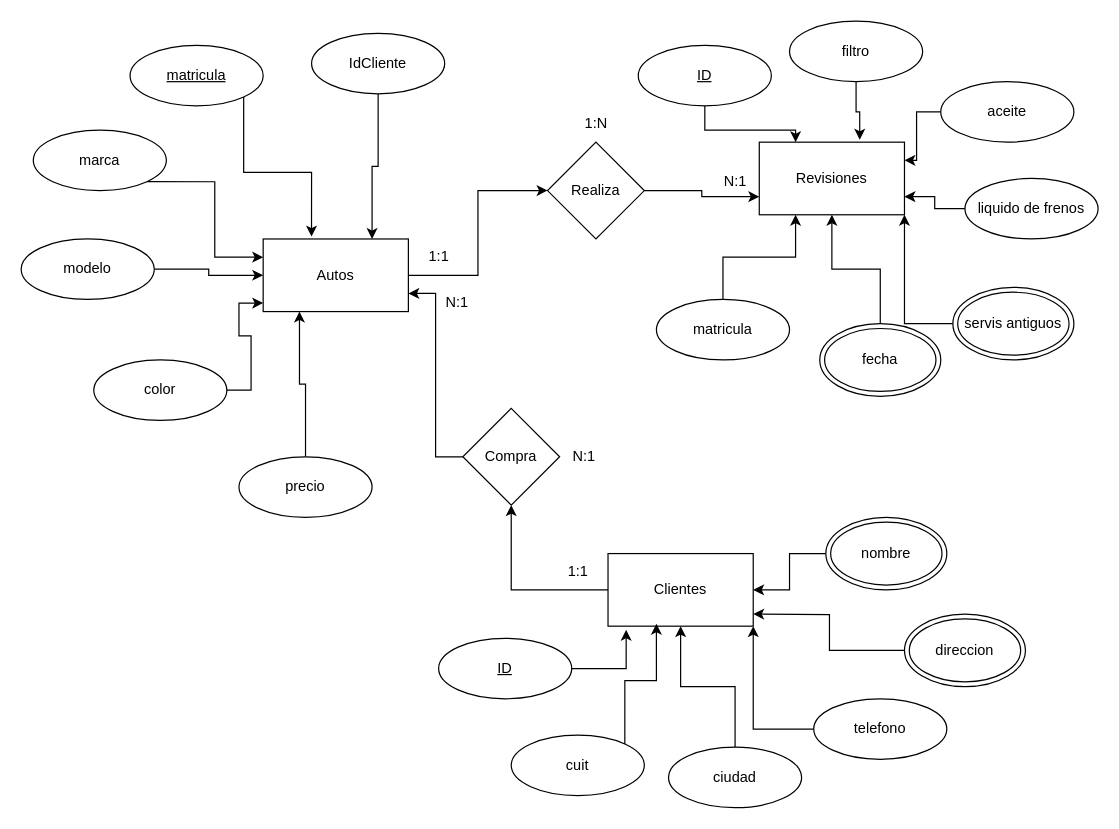
Above: ejercicio4.drawio in FacuScaine/Underground-Pruebas (draw.io), before the change. Source tidied: cells renumbered, new cells numbered last; positions are measured from the earlier drawing's top-left corner, leaving out a move shared by most shapes. Both pictures are drawn from the tidied source at 121%, with x=0, y=0 at pixel (21, 21).
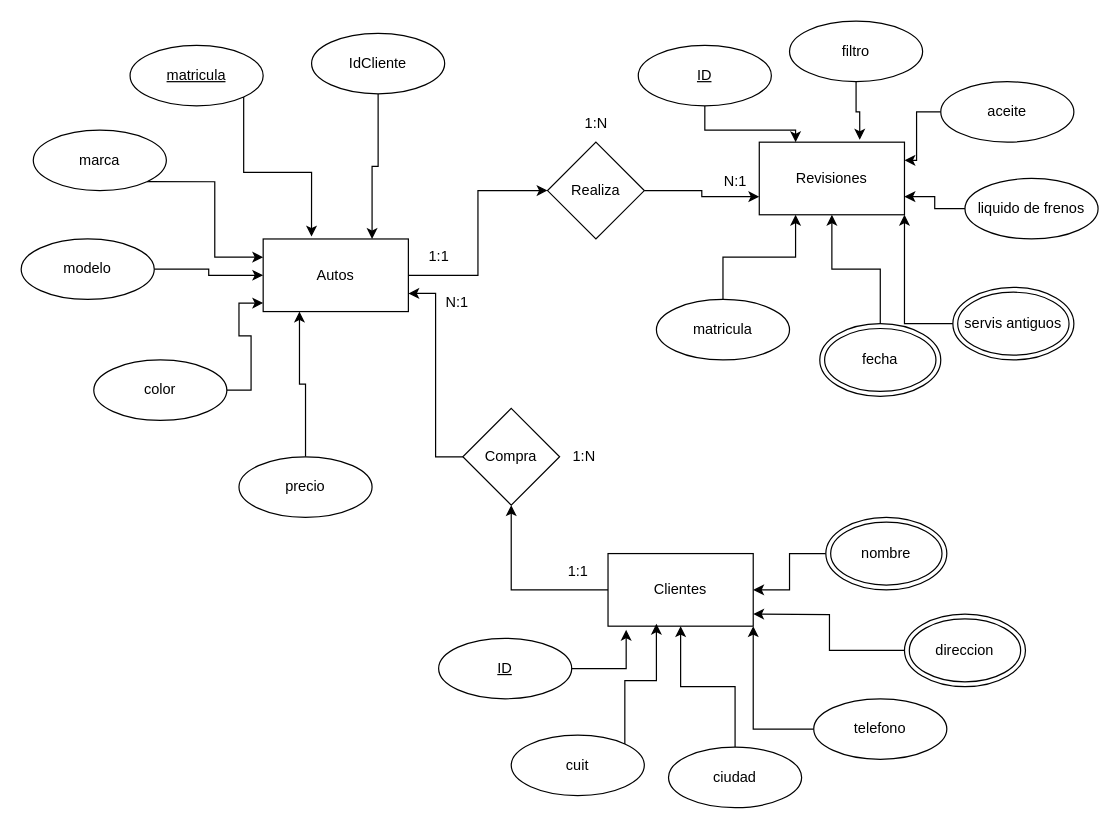
After the change.

Change to the diagram source:
```diff
@@
-    <mxCell id="45" value="N:1" style="text;html=1;align=center;verticalAlign=middle;strokeColor=none;fillColor=none;" parent="1" vertex="1">
+    <mxCell id="45" value="1:N" style="text;html=1;align=center;verticalAlign=middle;strokeColor=none;fillColor=none;" parent="1" vertex="1">
       <mxGeometry x="445" y="345" width="40" height="30" as="geometry" />
     </mxCell>
```
